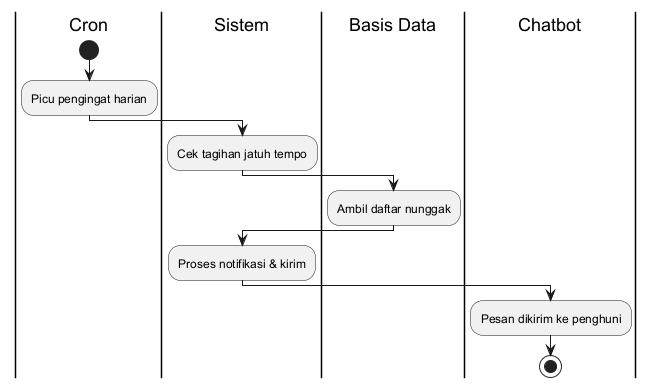
This is docs/diagrams/6_activity_diagram_manajemen_pengingat.png from ahmadyasser72/tem-2, a PlantUML export, as it was before one commit.
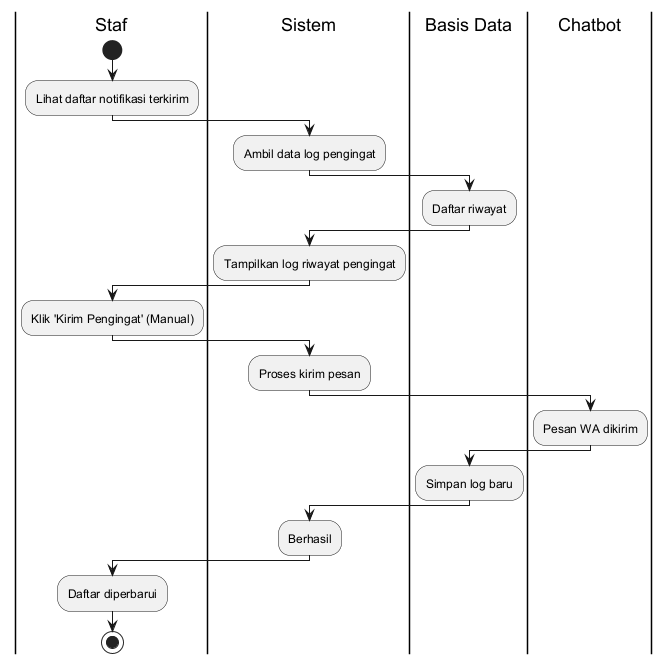
The same diagram one commit later.

The edit, as a diff of the source:
```diff
@@ -1,14 +1,24 @@
 @startuml
-|Cron|
+|Staf|
 start
-:Picu pengingat harian;
+:Lihat daftar notifikasi terkirim;
 |Sistem|
-:Cek tagihan jatuh tempo;
+:Ambil data log pengingat;
 |Basis Data|
-:Ambil daftar nunggak;
+:Daftar riwayat;
 |Sistem|
-:Proses notifikasi & kirim;
+:Tampilkan log riwayat pengingat;
+|Staf|
+:Klik 'Kirim Pengingat' (Manual);
+|Sistem|
+:Proses kirim pesan;
 |Chatbot|
-:Pesan dikirim ke penghuni;
+:Pesan WA dikirim;
+|Basis Data|
+:Simpan log baru;
+|Sistem|
+:Berhasil;
+|Staf|
+:Daftar diperbarui;
 stop
 @enduml
```
